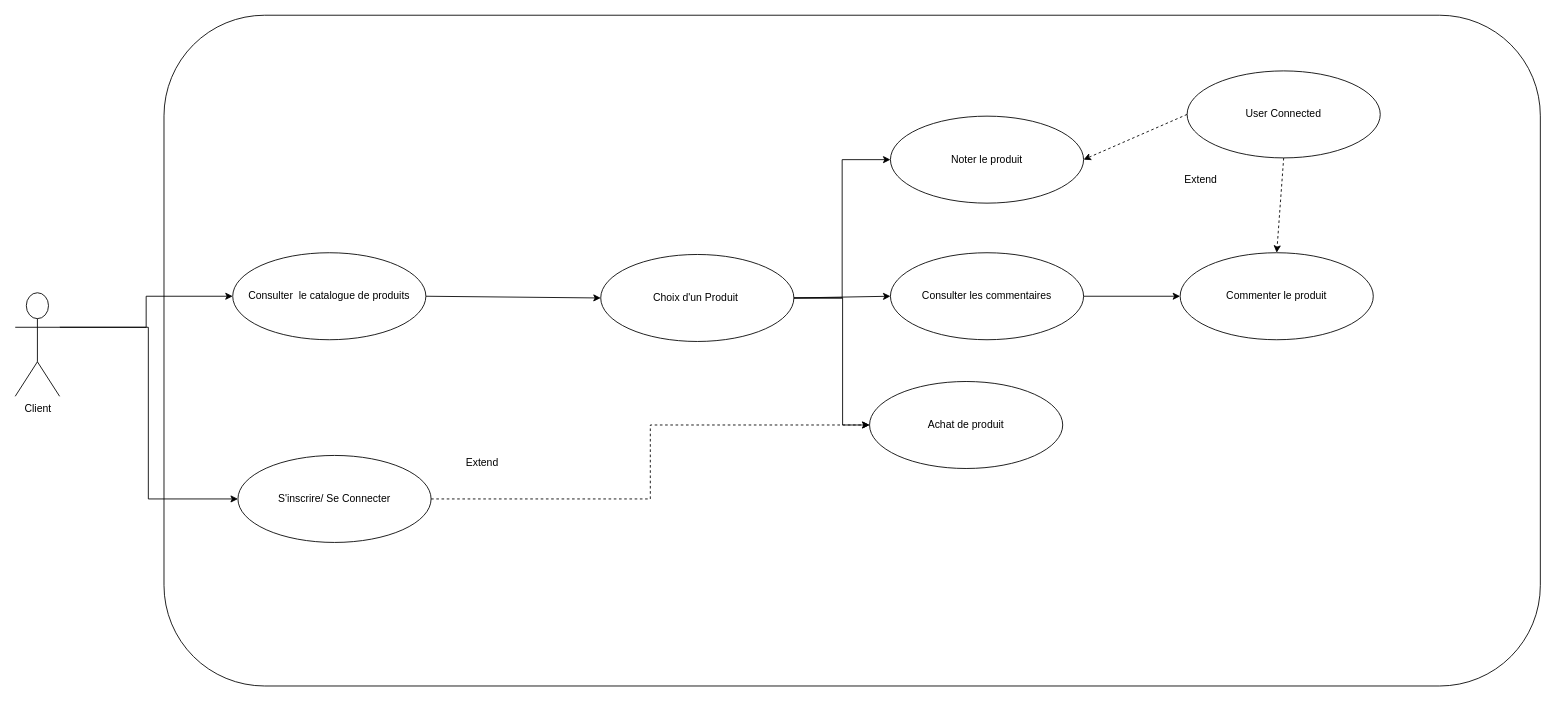
HonoR974/Sperenza keeps this draw.io diagram as page "DClass-Client" (3 of 4) of Documentation/Diagramme/DClassCommand.drawio. Above is the earlier version. Source tidied: cells renumbered, new cells numbered last; positions are measured from the earlier drawing's top-left corner, leaving out a move shared by most shapes. Both pictures are drawn from the tidied source at 87%, with x=0, y=0 at pixel (15, 15).
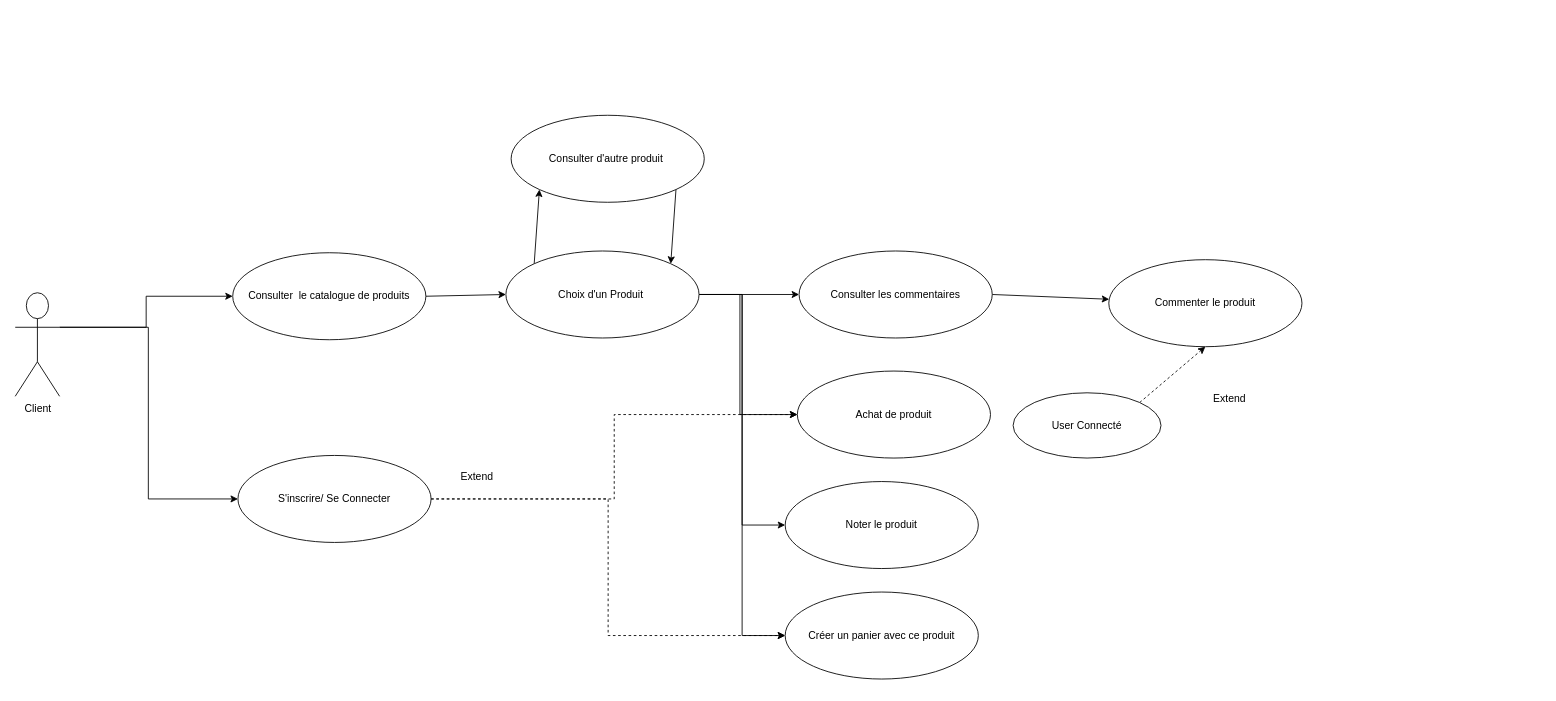
After the change.

Unchanged cells that the change refers to:
```xml
<mxCell id="9" value="S'inscrire/ Se Connecter" style="ellipse;whiteSpace=wrap;html=1;" parent="1" vertex="1">
  <mxGeometry x="256" y="506" width="222" height="100" as="geometry" />
</mxCell>
```

Change to the diagram source:
```diff
@@
-    <mxCell id="2" style="rounded=1;whiteSpace=wrap;html=1;" parent="1" vertex="1">
-      <mxGeometry x="171" width="1582" height="771" as="geometry" />
-    </mxCell>
@@
+    <mxCell id="25" style="edgeStyle=orthogonalEdgeStyle;rounded=0;jettySize=auto;html=1;exitX=1;exitY=0.5;exitDx=0;exitDy=0;entryX=0;entryY=0.5;entryDx=0;entryDy=0;dashed=1;" parent="1" edge="1" source="9" target="32">
+      <mxGeometry relative="1" as="geometry" />
+    </mxCell>
@@
     <mxCell id="10" value="Achat de produit" style="ellipse;whiteSpace=wrap;html=1;" parent="1" vertex="1">
-      <mxGeometry x="982" y="421" width="222" height="100" as="geometry" />
+      <mxGeometry x="899" y="409" width="222" height="100" as="geometry" />
     </mxCell>
     <mxCell id="11" value="Extend" style="text;html=1;strokeColor=none;fillColor=none;align=center;verticalAlign=middle;whiteSpace=wrap;rounded=0;" parent="1" vertex="1">
-      <mxGeometry x="507" y="500" width="60" height="30" as="geometry" />
+      <mxGeometry x="501" y="516" width="60" height="30" as="geometry" />
     </mxCell>
+    <mxCell id="14" style="edgeStyle=none;rounded=0;jettySize=auto;html=1;exitX=1;exitY=0.5;exitDx=0;exitDy=0;entryX=0;entryY=0.5;entryDx=0;entryDy=0;" parent="1" edge="1" source="15" target="17">
+      <mxGeometry relative="1" as="geometry" />
+    </mxCell>
+    <mxCell id="13" style="edgeStyle=orthogonalEdgeStyle;rounded=0;jettySize=auto;html=1;exitX=1;exitY=0.5;exitDx=0;exitDy=0;entryX=0;entryY=0.5;entryDx=0;entryDy=0;" parent="1" edge="1" source="15" target="10">
+      <mxGeometry relative="1" as="geometry">
+        <Array as="points">
+          <mxPoint x="833" y="321" />
+          <mxPoint x="833" y="459" />
+        </Array>
+      </mxGeometry>
+    </mxCell>
@@
-    <mxCell id="13" style="edgeStyle=orthogonalEdgeStyle;rounded=0;jettySize=auto;html=1;exitX=1;exitY=0.5;exitDx=0;exitDy=0;entryX=0;entryY=0.5;entryDx=0;entryDy=0;" parent="1" edge="1" source="15" target="10">
-      <mxGeometry relative="1" as="geometry">
-        <Array as="points">
-          <mxPoint x="951" y="325" />
-          <mxPoint x="951" y="471" />
-        </Array>
-      </mxGeometry>
-    </mxCell>
-    <mxCell id="14" style="rounded=0;jettySize=auto;html=1;exitX=1;exitY=0.5;exitDx=0;exitDy=0;entryX=0;entryY=0.5;entryDx=0;entryDy=0;" parent="1" edge="1" source="15" target="17">
-      <mxGeometry relative="1" as="geometry" />
-    </mxCell>
+    <mxCell id="26" style="edgeStyle=none;rounded=0;jettySize=auto;html=1;exitX=0;exitY=0;exitDx=0;exitDy=0;entryX=0;entryY=1;entryDx=0;entryDy=0;" parent="1" edge="1" source="15" target="31">
+      <mxGeometry relative="1" as="geometry" />
+    </mxCell>
+    <mxCell id="27" style="edgeStyle=orthogonalEdgeStyle;rounded=0;jettySize=auto;html=1;exitX=1;exitY=0.5;exitDx=0;exitDy=0;entryX=0;entryY=0.5;entryDx=0;entryDy=0;" parent="1" edge="1" source="15" target="32">
+      <mxGeometry relative="1" as="geometry" />
+    </mxCell>
     <mxCell id="15" value="Choix d'un Produit&amp;nbsp;" style="ellipse;whiteSpace=wrap;html=1;" parent="1" vertex="1">
-      <mxGeometry x="673" y="275" width="222" height="100" as="geometry" />
+      <mxGeometry x="564" y="271" width="222" height="100" as="geometry" />
     </mxCell>
@@
     <mxCell id="17" value="Consulter les commentaires" style="ellipse;whiteSpace=wrap;html=1;" parent="1" vertex="1">
-      <mxGeometry x="1006" y="273" width="222" height="100" as="geometry" />
+      <mxGeometry x="901" y="271" width="222" height="100" as="geometry" />
     </mxCell>
     <mxCell id="18" value="Noter le produit" style="ellipse;whiteSpace=wrap;html=1;" parent="1" vertex="1">
-      <mxGeometry x="1006" y="116" width="222" height="100" as="geometry" />
+      <mxGeometry x="885" y="536" width="222" height="100" as="geometry" />
     </mxCell>
@@
     <mxCell id="20" value="Commenter le produit" style="ellipse;whiteSpace=wrap;html=1;" parent="1" vertex="1">
-      <mxGeometry x="1339" y="273" width="222" height="100" as="geometry" />
+      <mxGeometry x="1257" y="281" width="222" height="100" as="geometry" />
     </mxCell>
-    <mxCell id="21" style="edgeStyle=none;rounded=0;jettySize=auto;html=1;exitX=0;exitY=0.5;exitDx=0;exitDy=0;entryX=1;entryY=0.5;entryDx=0;entryDy=0;dashed=1;" parent="1" edge="1" source="23" target="18">
-      <mxGeometry relative="1" as="geometry" />
-    </mxCell>
-    <mxCell id="22" style="edgeStyle=none;rounded=0;jettySize=auto;html=1;exitX=0.5;exitY=1;exitDx=0;exitDy=0;entryX=0.5;entryY=0;entryDx=0;entryDy=0;dashed=1;" parent="1" edge="1" source="23" target="20">
-      <mxGeometry relative="1" as="geometry" />
-    </mxCell>
-    <mxCell id="23" value="User Connected" style="ellipse;whiteSpace=wrap;html=1;" parent="1" vertex="1">
-      <mxGeometry x="1347" y="64" width="222" height="100" as="geometry" />
-    </mxCell>
+    <mxCell id="28" style="edgeStyle=none;rounded=0;jettySize=auto;html=1;exitX=1;exitY=0;exitDx=0;exitDy=0;entryX=0.5;entryY=1;entryDx=0;entryDy=0;dashed=1;" parent="1" edge="1" source="29" target="20">
+      <mxGeometry relative="1" as="geometry" />
+    </mxCell>
+    <mxCell id="29" value="User Connecté" style="ellipse;whiteSpace=wrap;html=1;" parent="1" vertex="1">
+      <mxGeometry x="1147" y="434" width="170" height="75" as="geometry" />
+    </mxCell>
     <mxCell id="24" value="Extend" style="text;html=1;strokeColor=none;fillColor=none;align=center;verticalAlign=middle;whiteSpace=wrap;rounded=0;" parent="1" vertex="1">
-      <mxGeometry x="1333" y="174" width="60" height="30" as="geometry" />
+      <mxGeometry x="1366" y="426" width="60" height="30" as="geometry" />
     </mxCell>
+    <mxCell id="30" style="edgeStyle=none;rounded=0;jettySize=auto;html=1;exitX=1;exitY=1;exitDx=0;exitDy=0;entryX=1;entryY=0;entryDx=0;entryDy=0;" parent="1" edge="1" source="31" target="15">
+      <mxGeometry relative="1" as="geometry" />
+    </mxCell>
+    <mxCell id="31" value="Consulter d'autre produit&amp;nbsp;" style="ellipse;whiteSpace=wrap;html=1;" parent="1" vertex="1">
+      <mxGeometry x="570" y="115" width="222" height="100" as="geometry" />
+    </mxCell>
+    <mxCell id="32" value="Créer un panier avec ce produit" style="ellipse;whiteSpace=wrap;html=1;" parent="1" vertex="1">
+      <mxGeometry x="885" y="663" width="222" height="100" as="geometry" />
+    </mxCell>
```
